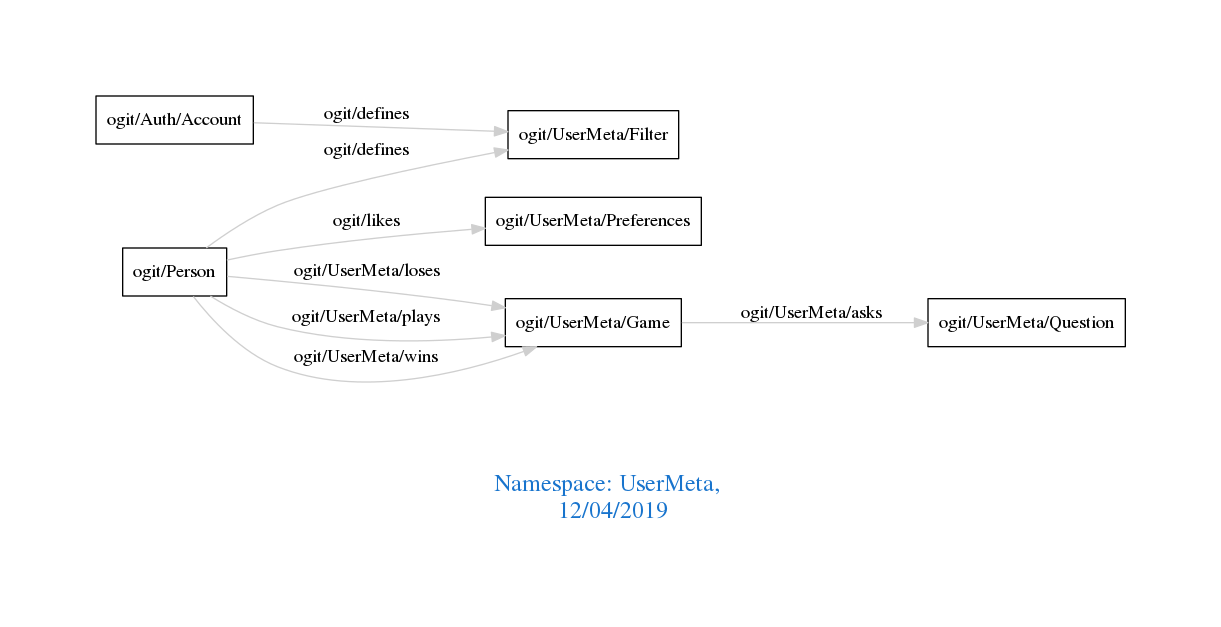
The Graphviz diagram downloads/UserMeta.png in arago/OGIT, before a commit. Its source is kept beside it as downloads/UserMeta.dot.
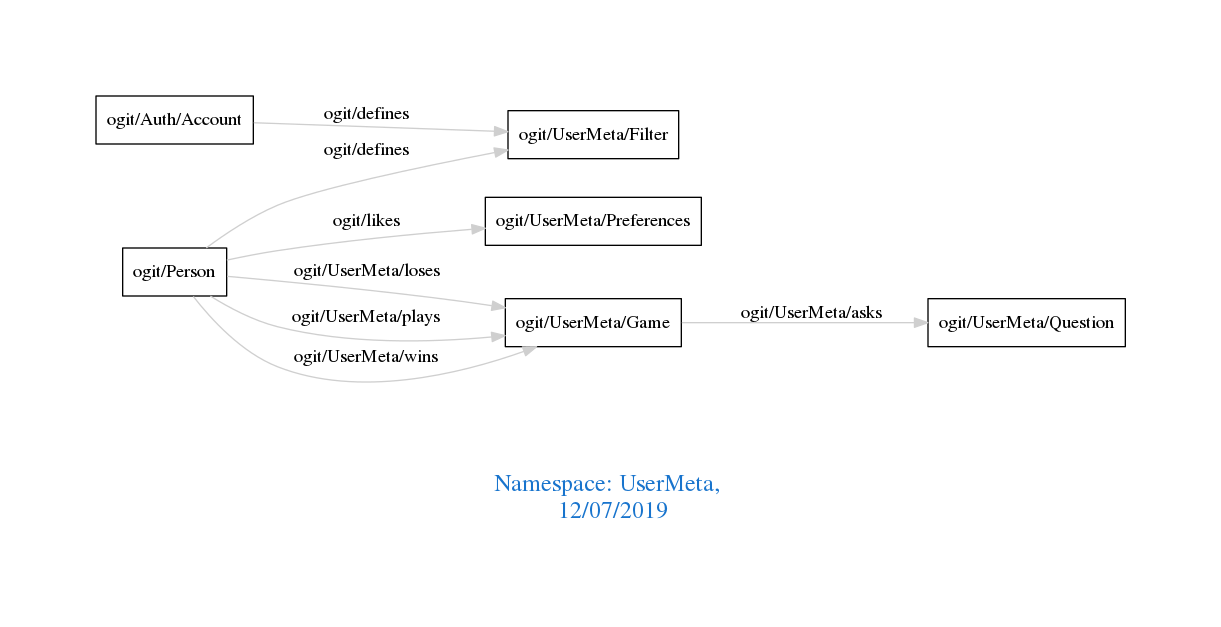
The same diagram one commit later.

Change to the diagram source:
```diff
@@ -1,7 +1,7 @@
 digraph OGIT_ontology {
  graph [ rankdir= LR,pad=1
 fontsize = 18,
-fontcolor= dodgerblue3,label = "\n\n\nNamespace: UserMeta, \n 12/04/2019"];
+fontcolor= dodgerblue3,label = "\n\n\nNamespace: UserMeta, \n 12/07/2019"];
 node[shape=polygon];
 edge [  color="gray81"];
 
```
